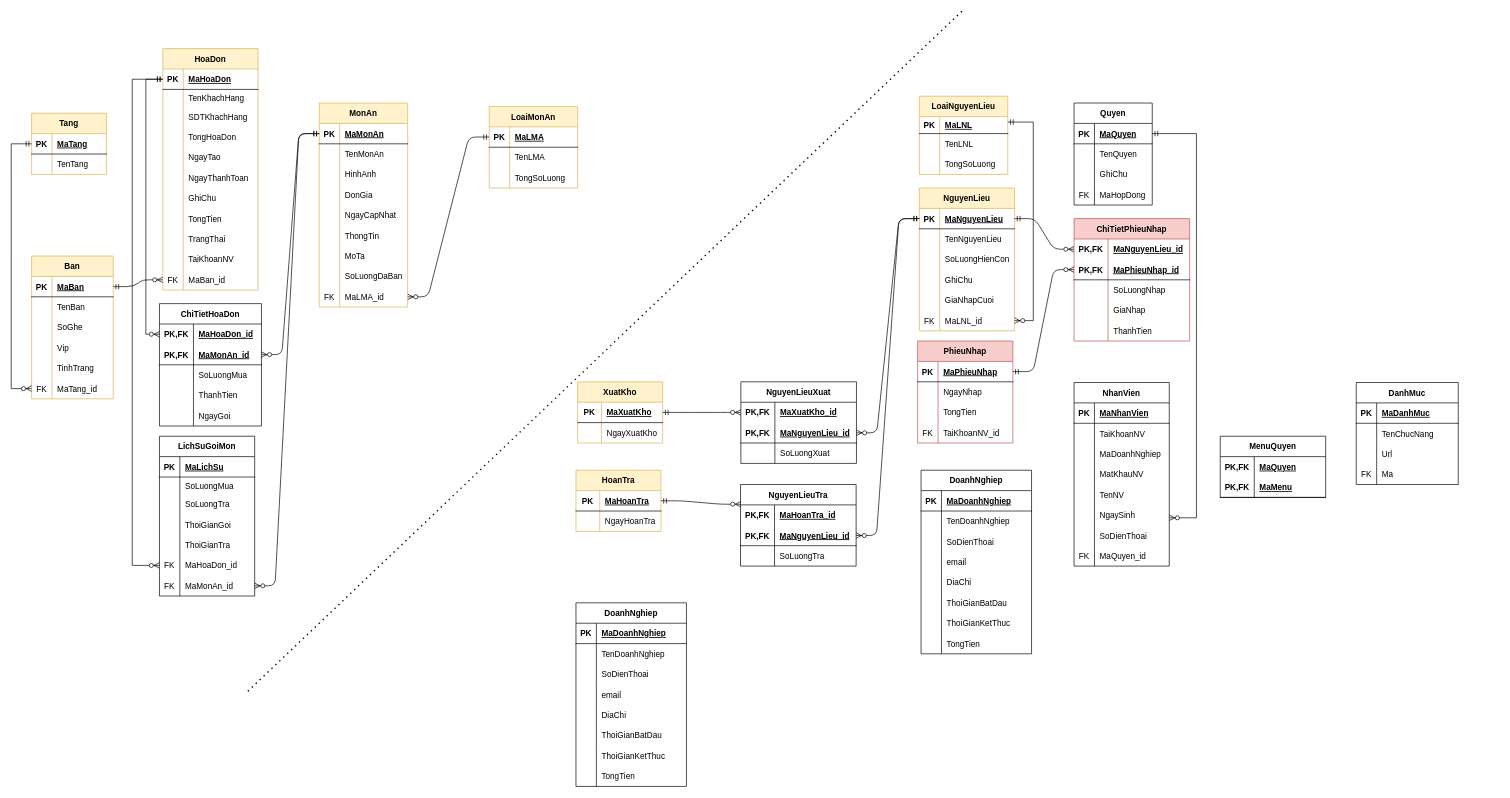
Earlier version of the draw.io diagram ERD.drawio (phanvandinh99/QuanLyQuanAn). Source tidied: cells renumbered, new cells numbered last; positions are measured from the earlier drawing's top-left corner, leaving out a move shared by most shapes. Both pictures are drawn from the tidied source at 68%, with x=0, y=0 at pixel (11, 11).
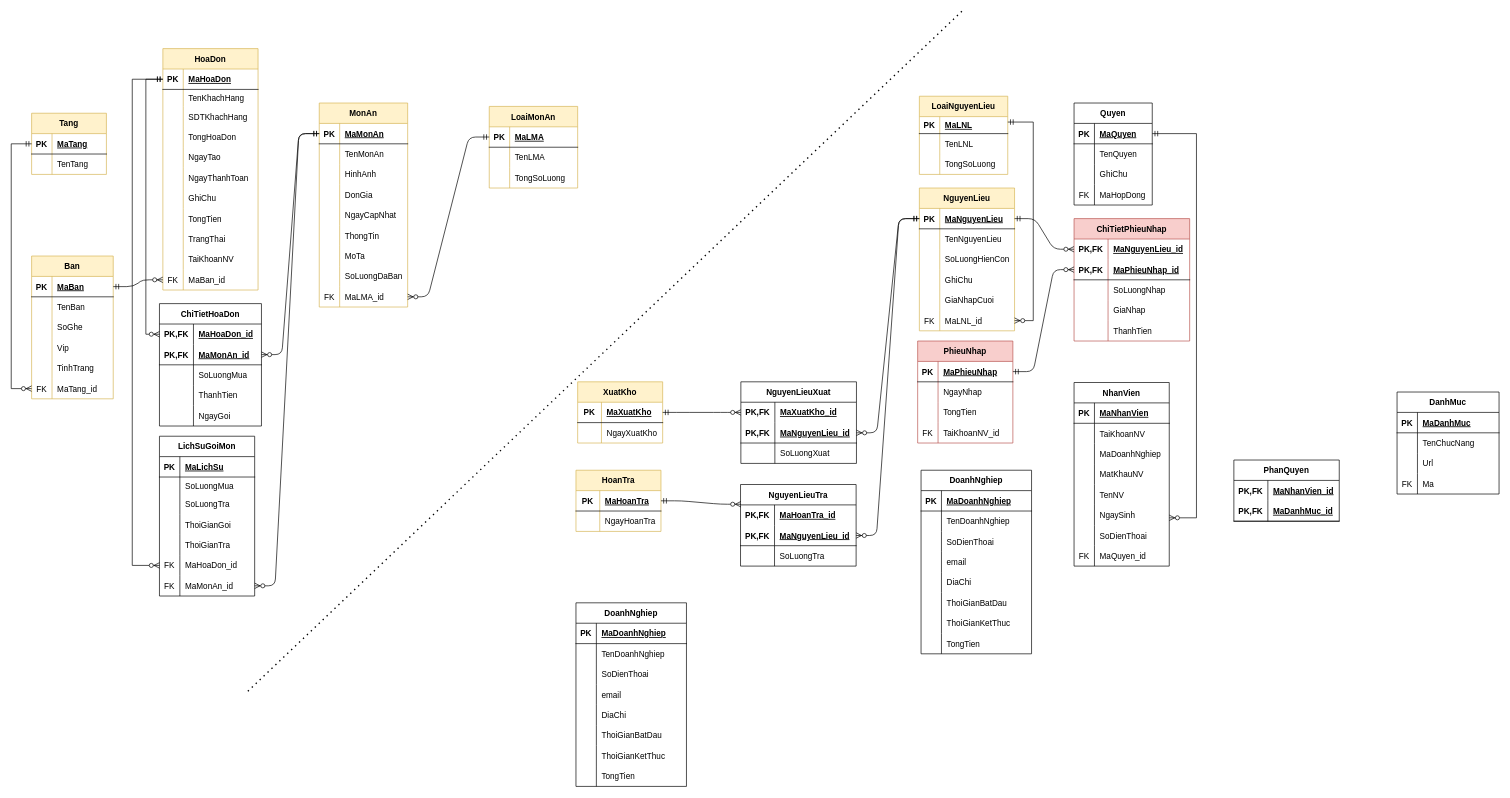
The same diagram, later.

Unchanged cells that the change refers to:
```xml
<mxCell id="322" style="shape=partialRectangle;fillColor=none;top=0;left=0;bottom=1;right=0;labelBackgroundColor=none;verticalAlign=middle;opacity=0;" parent="321" vertex="1">
  <mxGeometry y="30" width="155" height="30" as="geometry" />
</mxCell>
<mxCell id="325" style="shape=partialRectangle;fillColor=none;top=0;left=0;bottom=1;right=0;" parent="321" vertex="1">
  <mxGeometry y="60" width="155" height="30" as="geometry" />
</mxCell>
```

Change to the diagram source:
```diff
@@
     <mxCell id="308" value="DanhMuc" style="shape=table;startSize=30;childLayout=tableLayout;rowLines=0;fontStyle=1;align=center;" parent="1" vertex="1">
-      <mxGeometry x="1978" y="546" width="150" height="150" as="geometry" />
+      <mxGeometry x="2038" y="560" width="150" height="150" as="geometry" />
     </mxCell>
@@
-    <mxCell id="321" value="MenuQuyen" style="shape=table;startSize=30;childLayout=tableLayout;rowLines=0;fontStyle=1;align=center;fillColor=none;" parent="1" vertex="1">
-      <mxGeometry x="1778" y="625" width="155" height="90" as="geometry" />
+    <mxCell id="321" value="PhanQuyen" style="shape=table;startSize=30;childLayout=tableLayout;rowLines=0;fontStyle=1;align=center;fillColor=none;" parent="1" vertex="1">
+      <mxGeometry x="1798" y="660" width="155" height="90" as="geometry" />
     </mxCell>
@@
-    <mxCell id="324" value="MaQuyen" style="shape=partialRectangle;fillColor=none;top=0;left=0;bottom=0;right=0;align=left;spacingLeft=6;fontStyle=5;overflow=hidden;" parent="322" vertex="1">
+    <mxCell id="324" value="MaNhanVien_id" style="shape=partialRectangle;fillColor=none;top=0;left=0;bottom=0;right=0;align=left;spacingLeft=6;fontStyle=5;overflow=hidden;" parent="322" vertex="1">
       <mxGeometry x="50" width="105" height="30" as="geometry" />
     </mxCell>
@@
-    <mxCell id="327" value="MaMenu" style="shape=partialRectangle;fillColor=none;top=0;left=0;bottom=0;right=0;align=left;spacingLeft=6;fontStyle=5;overflow=hidden;" parent="325" vertex="1">
+    <mxCell id="327" value="MaDanhMuc_id" style="shape=partialRectangle;fillColor=none;top=0;left=0;bottom=0;right=0;align=left;spacingLeft=6;fontStyle=5;overflow=hidden;" parent="325" vertex="1">
       <mxGeometry x="50" width="105" height="30" as="geometry" />
     </mxCell>
```
